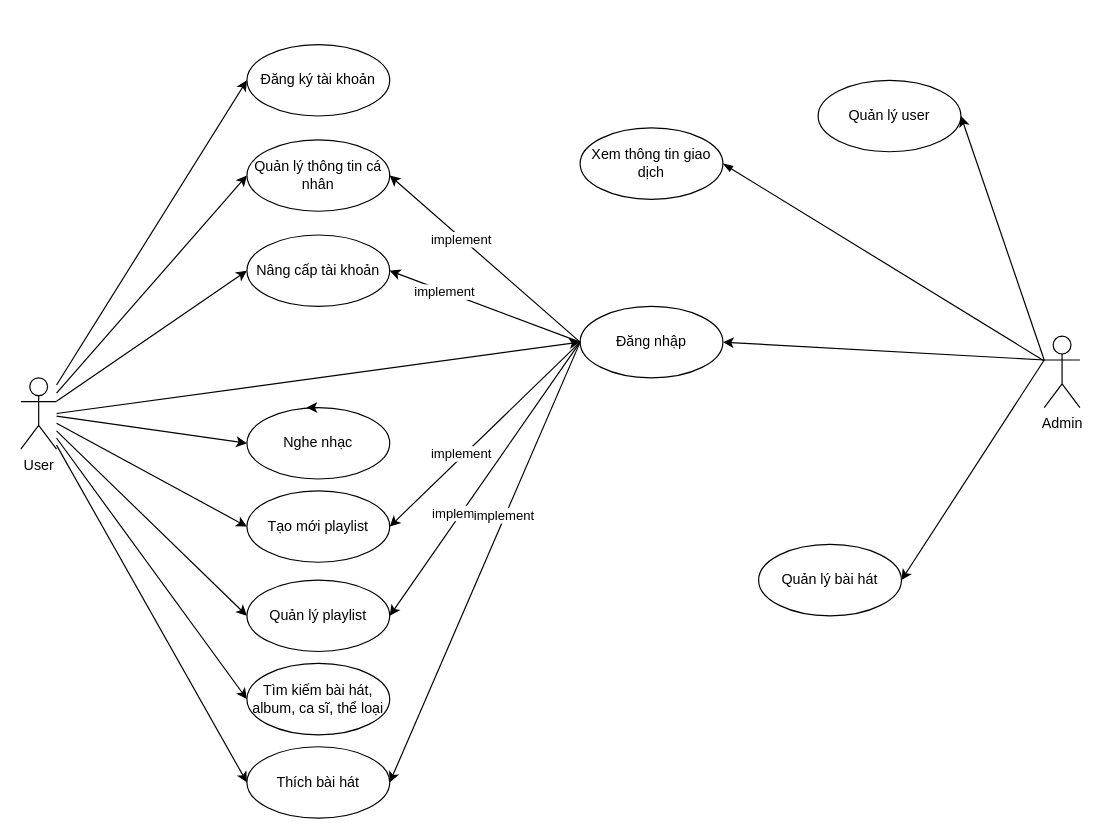
Before: use_case.drawio in cvb1994/Sem4-FinalProject, a draw.io diagram. Source tidied: cells renumbered, new cells numbered last; positions are measured from the earlier drawing's top-left corner, leaving out a move shared by most shapes. Both pictures are drawn from the tidied source at 119%, with x=0, y=0 at pixel (20, 44).
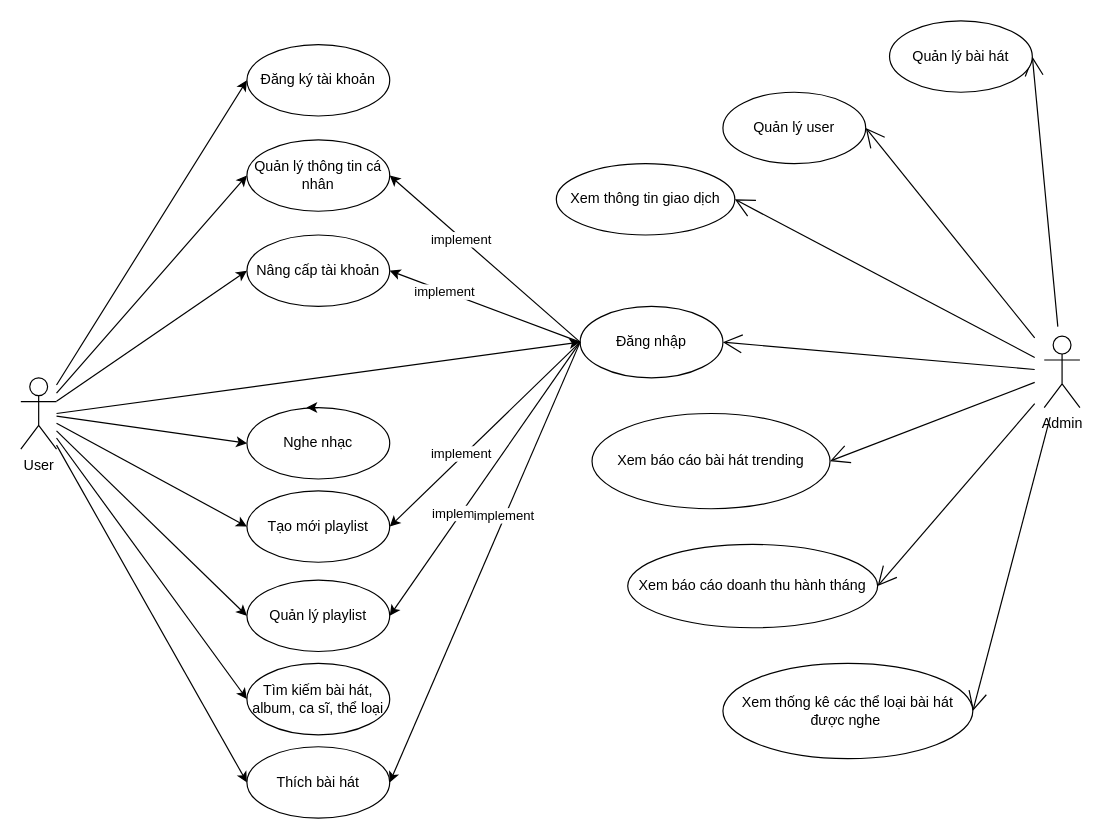
Above is the later version.

The change refers to these unchanged cells:
```xml
<mxCell id="22" value="Admin" style="shape=umlActor;verticalLabelPosition=bottom;verticalAlign=top;html=1;outlineConnect=0;" parent="1" vertex="1">
  <mxGeometry x="860" y="245" width="30" height="60" as="geometry" />
</mxCell>
<mxCell id="23" value="Đăng nhập" style="ellipse;whiteSpace=wrap;html=1;" parent="1" vertex="1">
  <mxGeometry x="470" y="220" width="120" height="60" as="geometry" />
</mxCell>
```

Change to the diagram source:
```diff
@@
+    <mxCell id="20" style="edgeStyle=none;curved=1;rounded=0;jettySize=auto;html=1;entryX=1;entryY=0.5;entryDx=0;entryDy=0;endArrow=open;startSize=14;endSize=14;sourcePerimeterSpacing=8;targetPerimeterSpacing=8;" parent="1" edge="1" source="22" target="38">
+      <mxGeometry relative="1" as="geometry" />
+    </mxCell>
-    <mxCell id="19" style="rounded=0;jettySize=auto;html=1;entryX=1;entryY=0.5;entryDx=0;entryDy=0;exitX=0;exitY=0.3333333333333333;exitDx=0;exitDy=0;exitPerimeter=0;" parent="1" edge="1" source="22" target="37">
+    <mxCell id="19" style="edgeStyle=none;curved=1;rounded=0;jettySize=auto;html=1;entryX=1;entryY=0.5;entryDx=0;entryDy=0;endArrow=open;startSize=14;endSize=14;sourcePerimeterSpacing=8;targetPerimeterSpacing=8;" parent="1" edge="1" source="22" target="37">
       <mxGeometry relative="1" as="geometry" />
     </mxCell>
-    <mxCell id="20" style="edgeStyle=none;rounded=0;jettySize=auto;html=1;entryX=1;entryY=0.5;entryDx=0;entryDy=0;exitX=0;exitY=0.3333333333333333;exitDx=0;exitDy=0;exitPerimeter=0;" parent="1" edge="1" source="22" target="38">
-      <mxGeometry relative="1" as="geometry" />
-    </mxCell>
-    <mxCell id="21" style="edgeStyle=none;rounded=0;jettySize=auto;html=1;entryX=1;entryY=0.5;entryDx=0;entryDy=0;endArrow=blockThin;endFill=1;" parent="1" edge="1" source="22" target="39">
+    <mxCell id="21" style="edgeStyle=none;curved=1;rounded=0;jettySize=auto;html=1;entryX=1;entryY=0.5;entryDx=0;entryDy=0;endArrow=open;startSize=14;endSize=14;sourcePerimeterSpacing=8;targetPerimeterSpacing=8;" parent="1" edge="1" source="22" target="39">
       <mxGeometry relative="1" as="geometry" />
     </mxCell>
+    <mxCell id="36" style="edgeStyle=none;curved=1;rounded=0;jettySize=auto;html=1;entryX=1;entryY=0.5;entryDx=0;entryDy=0;endArrow=open;startSize=14;endSize=14;sourcePerimeterSpacing=8;targetPerimeterSpacing=8;" parent="1" edge="1" source="22" target="23">
+      <mxGeometry relative="1" as="geometry" />
+    </mxCell>
+    <mxCell id="40" style="edgeStyle=none;curved=1;rounded=0;jettySize=auto;html=1;entryX=1;entryY=0.5;entryDx=0;entryDy=0;endArrow=open;startSize=14;endSize=14;sourcePerimeterSpacing=8;targetPerimeterSpacing=8;" parent="1" edge="1" source="22" target="43">
+      <mxGeometry relative="1" as="geometry" />
+    </mxCell>
+    <mxCell id="41" style="edgeStyle=none;curved=1;rounded=0;jettySize=auto;html=1;entryX=1;entryY=0.5;entryDx=0;entryDy=0;endArrow=open;startSize=14;endSize=14;sourcePerimeterSpacing=8;targetPerimeterSpacing=8;" parent="1" edge="1" source="22" target="44">
+      <mxGeometry relative="1" as="geometry" />
+    </mxCell>
+    <mxCell id="42" style="edgeStyle=none;curved=1;rounded=0;jettySize=auto;html=1;entryX=1;entryY=0.5;entryDx=0;entryDy=0;endArrow=open;startSize=14;endSize=14;sourcePerimeterSpacing=8;targetPerimeterSpacing=8;" parent="1" edge="1" source="22" target="45">
+      <mxGeometry relative="1" as="geometry" />
+    </mxCell>
@@
-    <mxCell id="36" style="endArrow=classic;html=1;rounded=0;entryX=1;entryY=0.5;entryDx=0;entryDy=0;exitX=0;exitY=0.3333333333333333;exitDx=0;exitDy=0;exitPerimeter=0;" parent="1" edge="1" source="22" target="23">
-      <mxGeometry relative="1" as="geometry" />
-    </mxCell>
     <mxCell id="37" value="Quản lý user" style="ellipse;whiteSpace=wrap;html=1;" parent="1" vertex="1">
-      <mxGeometry x="670" y="30" width="120" height="60" as="geometry" />
+      <mxGeometry x="590" y="40" width="120" height="60" as="geometry" />
     </mxCell>
     <mxCell id="38" value="Quản lý bài hát" style="ellipse;whiteSpace=wrap;html=1;" parent="1" vertex="1">
-      <mxGeometry x="620" y="420" width="120" height="60" as="geometry" />
+      <mxGeometry x="730" y="-20" width="120" height="60" as="geometry" />
     </mxCell>
     <mxCell id="39" value="Xem thông tin giao dịch" style="ellipse;whiteSpace=wrap;html=1;" parent="1" vertex="1">
-      <mxGeometry x="470" y="70" width="120" height="60" as="geometry" />
+      <mxGeometry x="450" y="100" width="150" height="60" as="geometry" />
     </mxCell>
+    <mxCell id="43" value="Xem báo cáo bài hát trending" style="ellipse;whiteSpace=wrap;html=1;hachureGap=4;" parent="1" vertex="1">
+      <mxGeometry x="480" y="310" width="200" height="80" as="geometry" />
+    </mxCell>
+    <mxCell id="44" value="Xem báo cáo doanh thu hành tháng" style="ellipse;whiteSpace=wrap;html=1;hachureGap=4;" parent="1" vertex="1">
+      <mxGeometry x="510" y="420" width="210" height="70" as="geometry" />
+    </mxCell>
+    <mxCell id="45" value="Xem thống kê các thể loại bài hát được nghe&amp;nbsp;" style="ellipse;whiteSpace=wrap;html=1;hachureGap=4;" parent="1" vertex="1">
+      <mxGeometry x="590" y="520" width="210" height="80" as="geometry" />
+    </mxCell>
```
